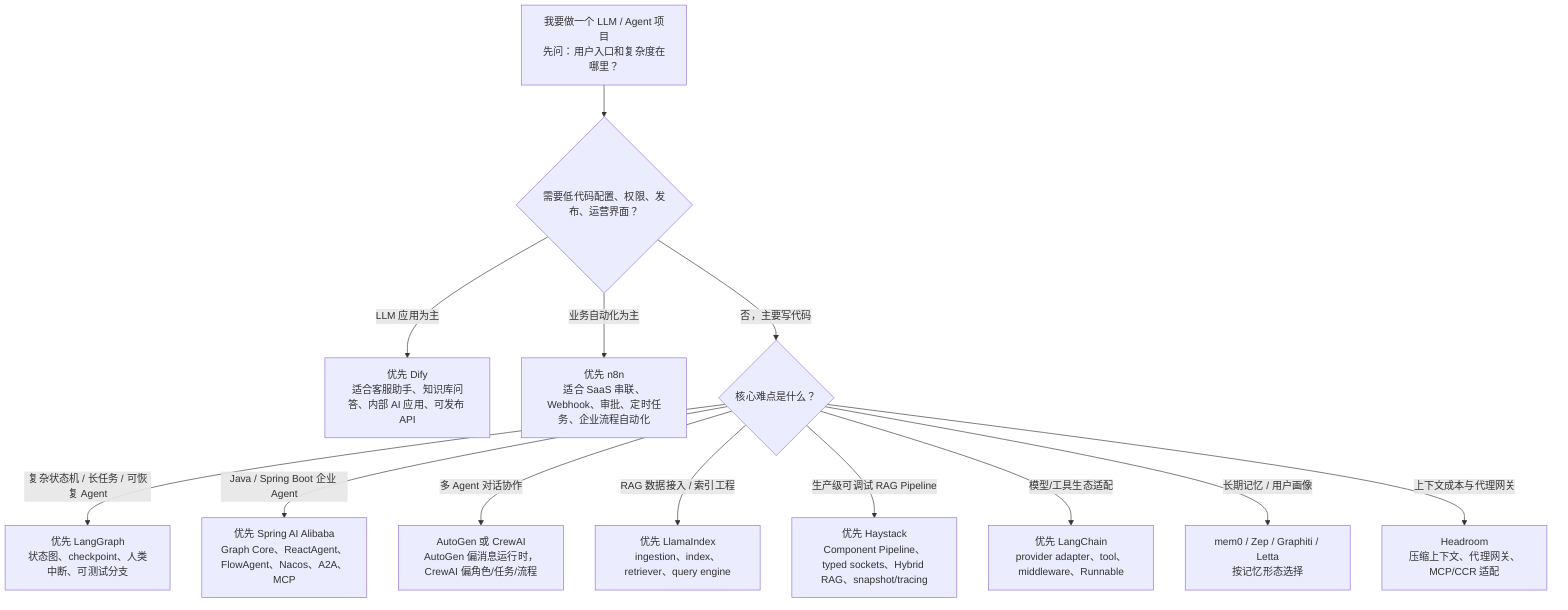
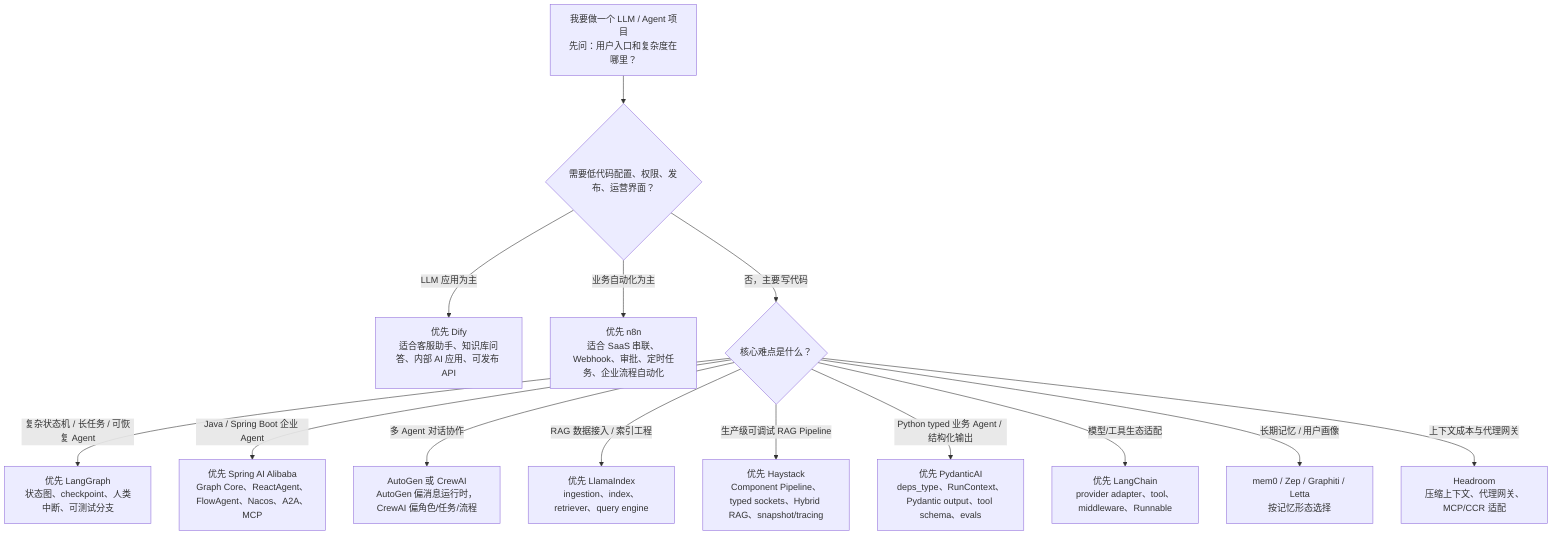
flowchart TB
    Start["我要做一个 LLM / Agent 项目<br/>先问：用户入口和复杂度在哪里？"]
    Start --> Product{"需要低代码配置、权限、发布、运营界面？"}
    Product -->|"LLM 应用为主"| Dify["优先 Dify<br/>适合客服助手、知识库问答、内部 AI 应用、可发布 API"]
    Product -->|"业务自动化为主"| N8N["优先 n8n<br/>适合 SaaS 串联、Webhook、审批、定时任务、企业流程自动化"]
    Product -->|"否，主要写代码"| Code{"核心难点是什么？"}
    Code -->|"复杂状态机 / 长任务 / 可恢复 Agent"| LangGraph["优先 LangGraph<br/>状态图、checkpoint、人类中断、可测试分支"]
    Code -->|"Java / Spring Boot 企业 Agent"| SpringAIAlibaba["优先 Spring AI Alibaba<br/>Graph Core、ReactAgent、FlowAgent、Nacos、A2A、MCP"]
    Code -->|"多 Agent 对话协作"| AutoCrew["AutoGen 或 CrewAI<br/>AutoGen 偏消息运行时，CrewAI 偏角色/任务/流程"]
    Code -->|"RAG 数据接入 / 索引工程"| Llama["优先 LlamaIndex<br/>ingestion、index、retriever、query engine"]
    Code -->|"生产级可调试 RAG Pipeline"| Haystack["优先 Haystack<br/>Component Pipeline、typed sockets、Hybrid RAG、snapshot/tracing"]
+     Code -->|"Python typed 业务 Agent / 结构化输出"| PydanticAI["优先 PydanticAI<br/>deps_type、RunContext、Pydantic output、tool schema、evals"]
    Code -->|"模型/工具生态适配"| LangChain["优先 LangChain<br/>provider adapter、tool、middleware、Runnable"]
    Code -->|"长期记忆 / 用户画像"| Memory["mem0 / Zep / Graphiti / Letta<br/>按记忆形态选择"]
    Code -->|"上下文成本与代理网关"| Headroom["Headroom<br/>压缩上下文、代理网关、MCP/CCR 适配"]
